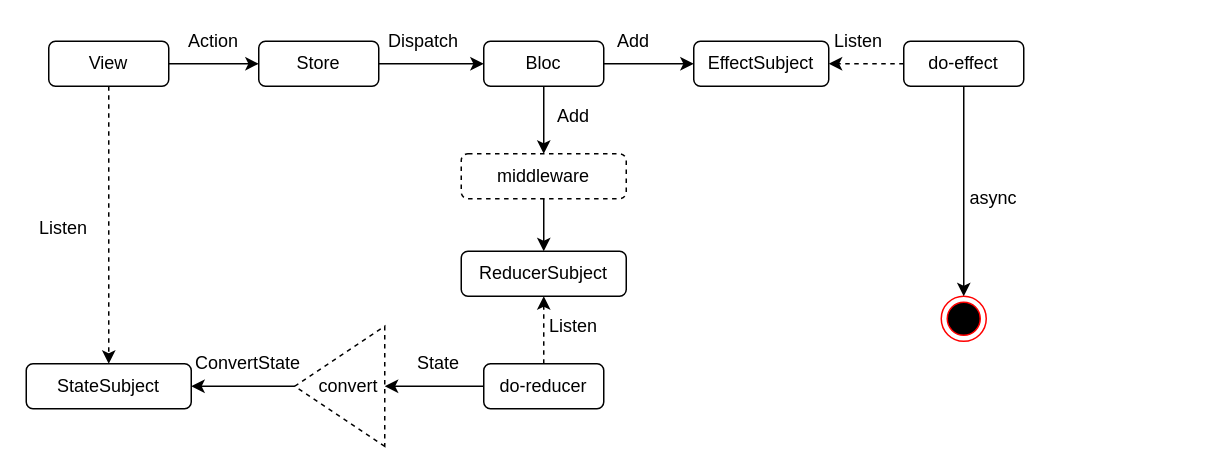
mjjde/iodraw keeps this draw.io diagram as page "第 2 页" (2 of 2) of 组件中的状态流转.drawio. Above is the earlier version. Source tidied: cells renumbered, new cells numbered last; positions are measured from the earlier drawing's top-left corner, leaving out a move shared by most shapes. Both pictures are drawn from the tidied source at 150%, with x=0, y=0 at pixel (26, 26).
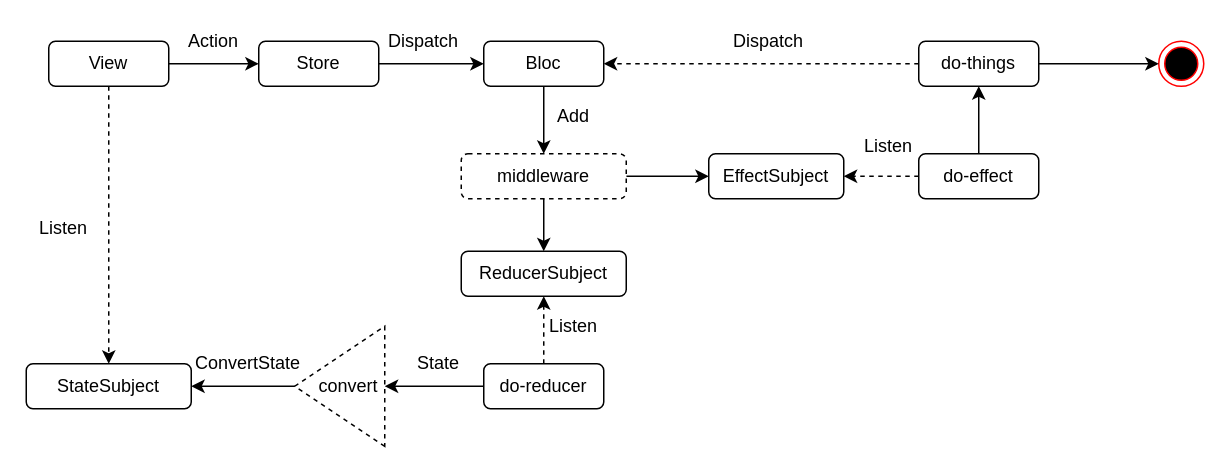
Above is the later version.

The change refers to these unchanged cells:
```xml
<mxCell id="6" value="Bloc" style="rounded=1;whiteSpace=wrap;html=1;align=center;" parent="1" vertex="1">
  <mxGeometry x="305" y="10" width="80" height="30" as="geometry" />
</mxCell>
<mxCell id="33" value="middleware" style="rounded=1;whiteSpace=wrap;html=1;align=center;dashed=1;" parent="1" vertex="1">
  <mxGeometry x="290" y="85" width="110" height="30" as="geometry" />
</mxCell>
```

What changed in the source:
```diff
@@
     <mxCell id="9" value="EffectSubject" style="rounded=1;whiteSpace=wrap;html=1;align=center;" parent="1" vertex="1">
-      <mxGeometry x="445" y="10" width="90" height="30" as="geometry" />
+      <mxGeometry x="455" y="85" width="90" height="30" as="geometry" />
     </mxCell>
-    <mxCell id="10" style="endArrow=classic;html=1;exitX=1;exitY=0.5;exitDx=0;exitDy=0;entryX=0;entryY=0.5;entryDx=0;entryDy=0;" parent="1" edge="1" source="6" target="9">
+    <mxCell id="10" style="endArrow=classic;html=1;exitX=1;exitY=0.5;exitDx=0;exitDy=0;entryX=0;entryY=0.5;entryDx=0;entryDy=0;" parent="1" edge="1" source="33" target="9">
       <mxGeometry relative="1" as="geometry" />
     </mxCell>
-    <mxCell id="11" value="Add" style="text;html=1;strokeColor=none;fillColor=none;align=center;verticalAlign=middle;whiteSpace=wrap;rounded=0;" parent="1" vertex="1">
-      <mxGeometry x="385" width="40" height="20" as="geometry" />
-    </mxCell>
@@
     <mxCell id="15" value="do-effect" style="rounded=1;whiteSpace=wrap;html=1;align=center;" parent="1" vertex="1">
-      <mxGeometry x="585" y="10" width="80" height="30" as="geometry" />
+      <mxGeometry x="595" y="85" width="80" height="30" as="geometry" />
     </mxCell>
@@
     <mxCell id="17" value="Listen" style="text;html=1;strokeColor=none;fillColor=none;align=center;verticalAlign=middle;whiteSpace=wrap;rounded=0;" parent="1" vertex="1">
-      <mxGeometry x="535" width="40" height="20" as="geometry" />
+      <mxGeometry x="555" y="70" width="40" height="20" as="geometry" />
     </mxCell>
@@
-    <mxCell id="26" style="ellipse;html=1;shape=endState;fillColor=#000000;strokeColor=#ff0000;align=center;" parent="1" vertex="1">
-      <mxGeometry x="610" y="180" width="30" height="30" as="geometry" />
-    </mxCell>
-    <mxCell id="27" style="endArrow=classic;html=1;exitX=0.5;exitY=1;exitDx=0;exitDy=0;" parent="1" edge="1" source="15" target="26">
-      <mxGeometry relative="1" as="geometry" />
-    </mxCell>
-    <mxCell id="28" value="async" style="text;html=1;strokeColor=none;fillColor=none;align=center;verticalAlign=middle;whiteSpace=wrap;rounded=0;" parent="1" vertex="1">
-      <mxGeometry x="625" y="105" width="40" height="20" as="geometry" />
-    </mxCell>
@@
+    <mxCell id="35" value="do-things" style="rounded=1;whiteSpace=wrap;html=1;align=center;" parent="1" vertex="1">
+      <mxGeometry x="595" y="10" width="80" height="30" as="geometry" />
+    </mxCell>
+    <mxCell id="36" style="endArrow=classic;html=1;exitX=0.5;exitY=0;exitDx=0;exitDy=0;entryX=0.5;entryY=1;entryDx=0;entryDy=0;" parent="1" edge="1" source="15" target="35">
+      <mxGeometry relative="1" as="geometry" />
+    </mxCell>
+    <mxCell id="37" style="endArrow=classic;html=1;exitX=0;exitY=0.5;exitDx=0;exitDy=0;entryX=1;entryY=0.5;entryDx=0;entryDy=0;dashed=1;" parent="1" edge="1" source="35" target="6">
+      <mxGeometry relative="1" as="geometry">
+        <Array as="points">
+          <mxPoint x="475" y="25" />
+        </Array>
+      </mxGeometry>
+    </mxCell>
+    <mxCell id="38" value="Dispatch" style="text;html=1;strokeColor=none;fillColor=none;align=center;verticalAlign=middle;whiteSpace=wrap;rounded=0;dashed=1;" parent="1" vertex="1">
+      <mxGeometry x="455" width="80" height="20" as="geometry" />
+    </mxCell>
+    <mxCell id="39" style="ellipse;html=1;shape=endState;fillColor=#000000;strokeColor=#ff0000;align=center;" parent="1" vertex="1">
+      <mxGeometry x="755" y="10" width="30" height="30" as="geometry" />
+    </mxCell>
+    <mxCell id="40" style="endArrow=classic;html=1;exitX=1;exitY=0.5;exitDx=0;exitDy=0;entryX=0;entryY=0.5;entryDx=0;entryDy=0;" parent="1" edge="1" source="35" target="39">
+      <mxGeometry relative="1" as="geometry" />
+    </mxCell>
```
